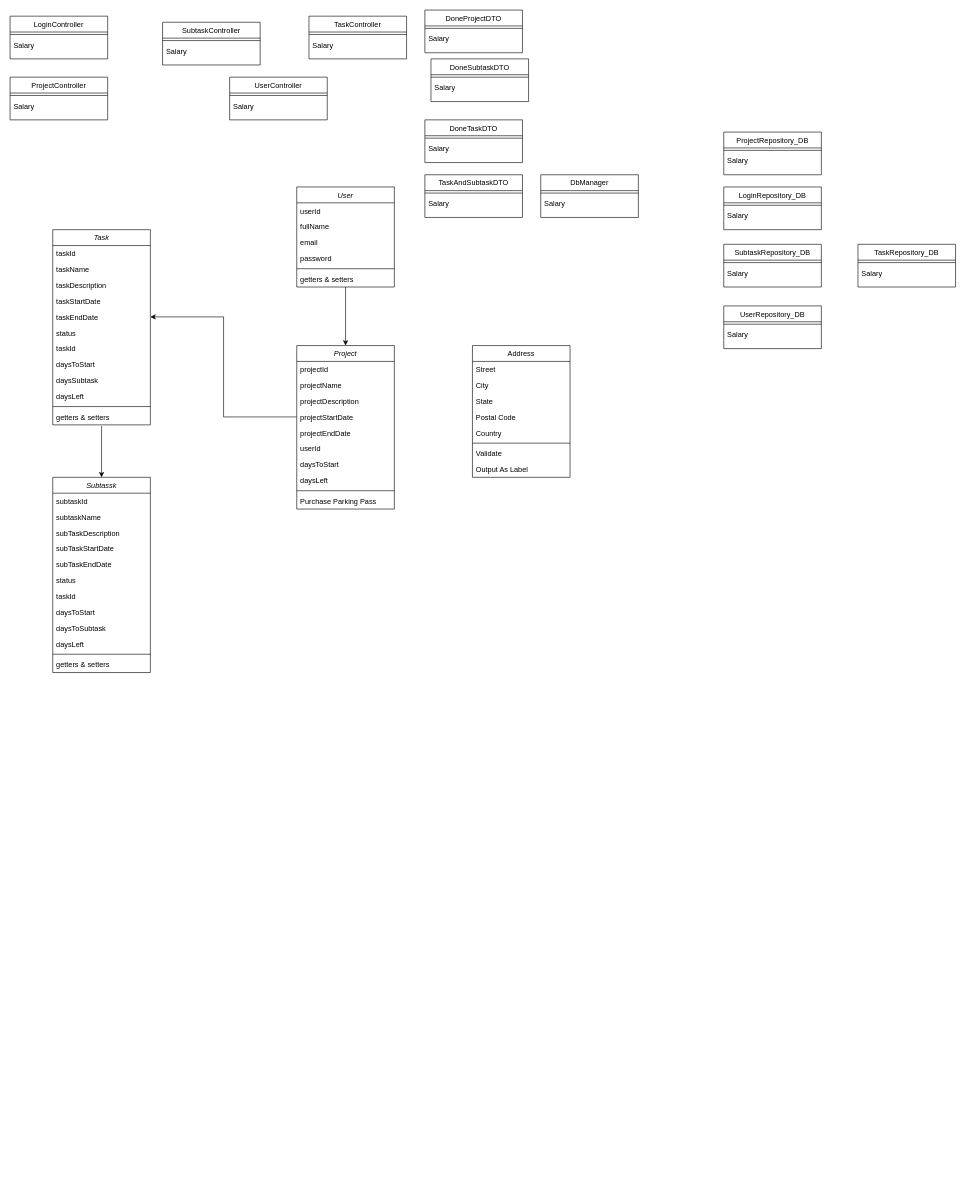
This is docs/Class_Diagram.drawio from Atributties/ProjectPeak, a draw.io file, before an edit. Source tidied: cells renumbered, new cells numbered last; positions are measured from the earlier drawing's top-left corner, leaving out a move shared by most shapes. Both pictures are drawn from the tidied source at 61%, with x=0, y=0 at pixel (10, 10).
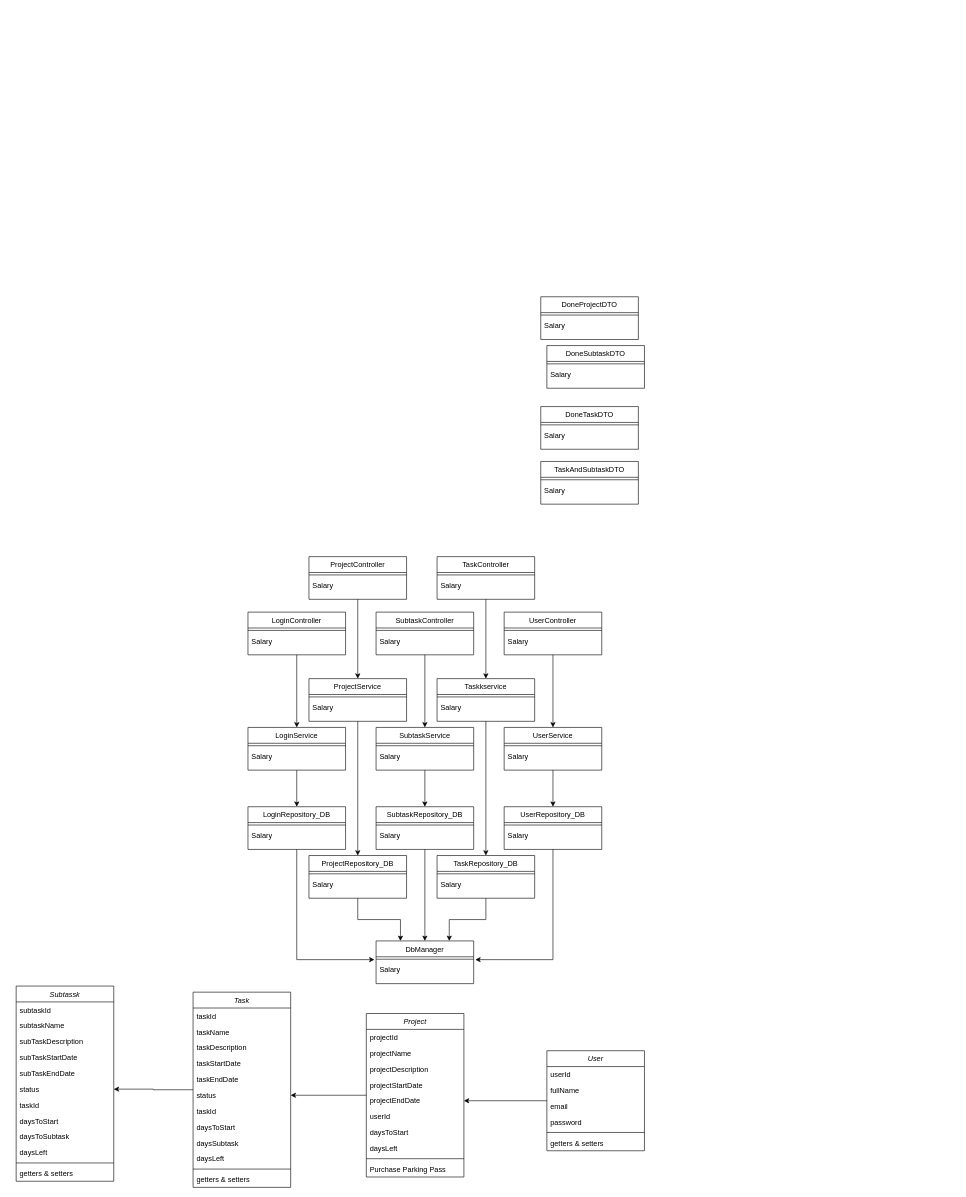
The same diagram, later.

Unchanged cells that the change refers to:
```xml
<mxCell id="6" value="projectStartDate" style="text;align=left;verticalAlign=top;spacingLeft=4;spacingRight=4;overflow=hidden;points=[[0,0.5],[1,0.5]];portConstraint=eastwest;rounded=0;shadow=0;html=0;" parent="2" vertex="1">
  <mxGeometry y="104" width="160" height="26" as="geometry" />
</mxCell>
<mxCell id="7" value="projectEndDate" style="text;align=left;verticalAlign=top;spacingLeft=4;spacingRight=4;overflow=hidden;points=[[0,0.5],[1,0.5]];portConstraint=eastwest;rounded=0;shadow=0;html=0;" parent="2" vertex="1">
  <mxGeometry y="130" width="160" height="26" as="geometry" />
</mxCell>
<mxCell id="36" value="status" style="text;align=left;verticalAlign=top;spacingLeft=4;spacingRight=4;overflow=hidden;points=[[0,0.5],[1,0.5]];portConstraint=eastwest;rounded=0;shadow=0;html=0;" parent="30" vertex="1">
  <mxGeometry y="156" width="160" height="26" as="geometry" />
</mxCell>
<mxCell id="48" value="taskEndDate" style="text;align=left;verticalAlign=top;spacingLeft=4;spacingRight=4;overflow=hidden;points=[[0,0.5],[1,0.5]];portConstraint=eastwest;rounded=0;shadow=0;html=0;" parent="43" vertex="1">
  <mxGeometry y="130" width="160" height="26" as="geometry" />
</mxCell>
<mxCell id="49" value="status" style="text;align=left;verticalAlign=top;spacingLeft=4;spacingRight=4;overflow=hidden;points=[[0,0.5],[1,0.5]];portConstraint=eastwest;rounded=0;shadow=0;html=0;" parent="43" vertex="1">
  <mxGeometry y="156" width="160" height="26" as="geometry" />
</mxCell>
<mxCell id="55" value="getters &amp; setters" style="text;align=left;verticalAlign=top;spacingLeft=4;spacingRight=4;overflow=hidden;points=[[0,0.5],[1,0.5]];portConstraint=eastwest;rounded=0;shadow=0;html=0;" parent="43" vertex="1">
  <mxGeometry y="294" width="160" height="26" as="geometry" />
</mxCell>
<mxCell id="87" value="Salary" style="text;align=left;verticalAlign=top;spacingLeft=4;spacingRight=4;overflow=hidden;points=[[0,0.5],[1,0.5]];portConstraint=eastwest;" parent="85" vertex="1">
  <mxGeometry y="34" width="160" height="26" as="geometry" />
</mxCell>
```

What changed in the source:
```diff
@@
+    <mxCell id="103" style="edgeStyle=orthogonalEdgeStyle;rounded=0;jettySize=auto;html=1;entryX=1;entryY=0.5;entryDx=0;entryDy=0;" parent="1" edge="1" source="2" target="49">
+      <mxGeometry relative="1" as="geometry" />
+    </mxCell>
     <mxCell id="2" value="Project" style="swimlane;fontStyle=2;align=center;verticalAlign=top;horizontal=1;startSize=26;rounded=0;shadow=0;strokeWidth=1;" parent="1" vertex="1">
-      <mxGeometry x="470" y="550" width="160" height="268" as="geometry" />
+      <mxGeometry x="584" y="1645" width="160" height="268" as="geometry" />
     </mxCell>
@@
-    <mxCell id="13" value="Address" style="swimlane;fontStyle=0;align=center;verticalAlign=top;horizontal=1;startSize=26;rounded=0;shadow=0;strokeWidth=1;" parent="1" vertex="1">
-      <mxGeometry x="758" y="550" width="160" height="216" as="geometry" />
-    </mxCell>
-    <mxCell id="14" value="Street" style="text;align=left;verticalAlign=top;spacingLeft=4;spacingRight=4;overflow=hidden;" parent="13" vertex="1">
-      <mxGeometry y="26" width="160" height="26" as="geometry" />
-    </mxCell>
-    <mxCell id="15" value="City" style="text;align=left;verticalAlign=top;spacingLeft=4;spacingRight=4;overflow=hidden;rounded=0;shadow=0;html=0;" parent="13" vertex="1">
-      <mxGeometry y="52" width="160" height="26" as="geometry" />
-    </mxCell>
-    <mxCell id="16" value="State" style="text;align=left;verticalAlign=top;spacingLeft=4;spacingRight=4;overflow=hidden;rounded=0;shadow=0;html=0;" parent="13" vertex="1">
-      <mxGeometry y="78" width="160" height="26" as="geometry" />
-    </mxCell>
-    <mxCell id="17" value="Postal Code" style="text;align=left;verticalAlign=top;spacingLeft=4;spacingRight=4;overflow=hidden;rounded=0;shadow=0;html=0;" parent="13" vertex="1">
-      <mxGeometry y="104" width="160" height="26" as="geometry" />
-    </mxCell>
-    <mxCell id="18" value="Country" style="text;align=left;verticalAlign=top;spacingLeft=4;spacingRight=4;overflow=hidden;rounded=0;shadow=0;html=0;" parent="13" vertex="1">
-      <mxGeometry y="130" width="160" height="26" as="geometry" />
-    </mxCell>
-    <mxCell id="19" style="line;html=1;strokeWidth=1;align=left;verticalAlign=middle;spacingTop=-1;spacingLeft=3;spacingRight=3;labelPosition=right;" parent="13" vertex="1">
-      <mxGeometry y="156" width="160" height="8" as="geometry" />
-    </mxCell>
-    <mxCell id="20" value="Validate" style="text;align=left;verticalAlign=top;spacingLeft=4;spacingRight=4;overflow=hidden;" parent="13" vertex="1">
-      <mxGeometry y="164" width="160" height="26" as="geometry" />
-    </mxCell>
-    <mxCell id="21" value="Output As Label" style="text;align=left;verticalAlign=top;spacingLeft=4;spacingRight=4;overflow=hidden;" parent="13" vertex="1">
-      <mxGeometry y="190" width="160" height="26" as="geometry" />
-    </mxCell>
-    <mxCell id="22" style="edgeStyle=orthogonalEdgeStyle;rounded=0;jettySize=auto;html=1;entryX=0.5;entryY=0;entryDx=0;entryDy=0;" parent="1" edge="1" source="23" target="2">
-      <mxGeometry relative="1" as="geometry" />
-    </mxCell>
+    <mxCell id="104" style="edgeStyle=orthogonalEdgeStyle;rounded=0;jettySize=auto;html=1;entryX=1;entryY=0.5;entryDx=0;entryDy=0;" parent="1" edge="1" source="23" target="7">
+      <mxGeometry relative="1" as="geometry" />
+    </mxCell>
     <mxCell id="23" value="User" style="swimlane;fontStyle=2;align=center;verticalAlign=top;horizontal=1;startSize=26;rounded=0;shadow=0;strokeWidth=1;" parent="1" vertex="1">
-      <mxGeometry x="470" y="290" width="160" height="164" as="geometry" />
+      <mxGeometry x="880" y="1706" width="160" height="164" as="geometry" />
     </mxCell>
@@
     <mxCell id="30" value="Subtassk" style="swimlane;fontStyle=2;align=center;verticalAlign=top;horizontal=1;startSize=26;rounded=0;shadow=0;strokeWidth=1;" parent="1" vertex="1">
-      <mxGeometry x="70" y="766" width="160" height="320" as="geometry" />
+      <mxGeometry x="10" y="1600" width="160" height="320" as="geometry" />
     </mxCell>
@@
+    <mxCell id="105" style="edgeStyle=orthogonalEdgeStyle;rounded=0;jettySize=auto;html=1;entryX=1;entryY=0.5;entryDx=0;entryDy=0;" parent="1" edge="1" source="43" target="36">
+      <mxGeometry relative="1" as="geometry" />
+    </mxCell>
     <mxCell id="43" value="Task" style="swimlane;fontStyle=2;align=center;verticalAlign=top;horizontal=1;startSize=26;rounded=0;shadow=0;strokeWidth=1;" parent="1" vertex="1">
-      <mxGeometry x="70" y="360" width="160" height="320" as="geometry" />
+      <mxGeometry x="300" y="1610" width="160" height="320" as="geometry" />
     </mxCell>
@@
-    <mxCell id="56" style="endArrow=classic;html=1;rounded=0;entryX=1;entryY=0.5;entryDx=0;entryDy=0;exitX=0;exitY=0.5;exitDx=0;exitDy=0;edgeStyle=orthogonalEdgeStyle;" parent="1" edge="1" source="6" target="48">
-      <mxGeometry relative="1" as="geometry" />
-    </mxCell>
-    <mxCell id="57" style="endArrow=classic;html=1;rounded=0;entryX=0.5;entryY=0;entryDx=0;entryDy=0;exitX=0.5;exitY=1.077;exitDx=0;exitDy=0;exitPerimeter=0;" parent="1" edge="1" source="55" target="30">
-      <mxGeometry relative="1" as="geometry" />
-    </mxCell>
+    <mxCell id="106" style="edgeStyle=orthogonalEdgeStyle;rounded=0;jettySize=auto;html=1;entryX=0.5;entryY=0;entryDx=0;entryDy=0;" parent="1" edge="1" source="58" target="117">
+      <mxGeometry relative="1" as="geometry" />
+    </mxCell>
     <mxCell id="58" value="LoginController" style="swimlane;fontStyle=0;align=center;verticalAlign=top;horizontal=1;startSize=26;rounded=0;shadow=0;strokeWidth=1;" parent="1" vertex="1">
-      <mxGeometry y="10" width="160" height="70" as="geometry" />
+      <mxGeometry x="390" y="987" width="160" height="70" as="geometry" />
     </mxCell>
@@
+    <mxCell id="107" style="edgeStyle=orthogonalEdgeStyle;rounded=0;jettySize=auto;html=1;entryX=0.5;entryY=0;entryDx=0;entryDy=0;" parent="1" edge="1" source="61" target="121">
+      <mxGeometry relative="1" as="geometry" />
+    </mxCell>
     <mxCell id="61" value="ProjectController" style="swimlane;fontStyle=0;align=center;verticalAlign=top;horizontal=1;startSize=26;rounded=0;shadow=0;strokeWidth=1;" parent="1" vertex="1">
-      <mxGeometry y="110" width="160" height="70" as="geometry" />
+      <mxGeometry x="490" y="896" width="160" height="70" as="geometry" />
     </mxCell>
@@
+    <mxCell id="108" style="edgeStyle=orthogonalEdgeStyle;rounded=0;jettySize=auto;html=1;entryX=0.5;entryY=0;entryDx=0;entryDy=0;" parent="1" edge="1" source="64" target="125">
+      <mxGeometry relative="1" as="geometry" />
+    </mxCell>
     <mxCell id="64" value="SubtaskController" style="swimlane;fontStyle=0;align=center;verticalAlign=top;horizontal=1;startSize=26;rounded=0;shadow=0;strokeWidth=1;" parent="1" vertex="1">
-      <mxGeometry x="250" y="20" width="160" height="70" as="geometry" />
+      <mxGeometry x="600" y="987" width="160" height="70" as="geometry" />
     </mxCell>
@@
+    <mxCell id="109" style="edgeStyle=orthogonalEdgeStyle;rounded=0;jettySize=auto;html=1;entryX=0.5;entryY=0;entryDx=0;entryDy=0;" parent="1" edge="1" source="67" target="129">
+      <mxGeometry relative="1" as="geometry" />
+    </mxCell>
     <mxCell id="67" value="TaskController" style="swimlane;fontStyle=0;align=center;verticalAlign=top;horizontal=1;startSize=26;rounded=0;shadow=0;strokeWidth=1;" parent="1" vertex="1">
-      <mxGeometry x="490" y="10" width="160" height="70" as="geometry" />
+      <mxGeometry x="700" y="896" width="160" height="70" as="geometry" />
     </mxCell>
@@
+    <mxCell id="110" style="edgeStyle=orthogonalEdgeStyle;rounded=0;jettySize=auto;html=1;entryX=0.5;entryY=0;entryDx=0;entryDy=0;" parent="1" edge="1" source="70" target="133">
+      <mxGeometry relative="1" as="geometry" />
+    </mxCell>
     <mxCell id="70" value="UserController" style="swimlane;fontStyle=0;align=center;verticalAlign=top;horizontal=1;startSize=26;rounded=0;shadow=0;strokeWidth=1;" parent="1" vertex="1">
-      <mxGeometry x="360" y="110" width="160" height="70" as="geometry" />
+      <mxGeometry x="810" y="987" width="160" height="70" as="geometry" />
     </mxCell>
@@
     <mxCell id="73" value="DoneSubtaskDTO" style="swimlane;fontStyle=0;align=center;verticalAlign=top;horizontal=1;startSize=26;rounded=0;shadow=0;strokeWidth=1;" parent="1" vertex="1">
-      <mxGeometry x="690" y="80" width="160" height="70" as="geometry" />
+      <mxGeometry x="880" y="550" width="160" height="70" as="geometry" />
     </mxCell>
@@
     <mxCell id="76" value="DoneProjectDTO" style="swimlane;fontStyle=0;align=center;verticalAlign=top;horizontal=1;startSize=26;rounded=0;shadow=0;strokeWidth=1;" parent="1" vertex="1">
-      <mxGeometry x="680" width="160" height="70" as="geometry" />
+      <mxGeometry x="870" y="470" width="160" height="70" as="geometry" />
     </mxCell>
@@
     <mxCell id="79" value="DoneTaskDTO" style="swimlane;fontStyle=0;align=center;verticalAlign=top;horizontal=1;startSize=26;rounded=0;shadow=0;strokeWidth=1;" parent="1" vertex="1">
-      <mxGeometry x="680" y="180" width="160" height="70" as="geometry" />
+      <mxGeometry x="870" y="650" width="160" height="70" as="geometry" />
     </mxCell>
@@
     <mxCell id="82" value="TaskAndSubtaskDTO" style="swimlane;fontStyle=0;align=center;verticalAlign=top;horizontal=1;startSize=26;rounded=0;shadow=0;strokeWidth=1;" parent="1" vertex="1">
-      <mxGeometry x="680" y="270" width="160" height="70" as="geometry" />
+      <mxGeometry x="870" y="740" width="160" height="70" as="geometry" />
     </mxCell>
@@
     <mxCell id="85" value="DbManager" style="swimlane;fontStyle=0;align=center;verticalAlign=top;horizontal=1;startSize=26;rounded=0;shadow=0;strokeWidth=1;" parent="1" vertex="1">
-      <mxGeometry x="870" y="270" width="160" height="70" as="geometry" />
+      <mxGeometry x="600" y="1526" width="160" height="70" as="geometry" />
     </mxCell>
@@
+    <mxCell id="111" style="edgeStyle=orthogonalEdgeStyle;rounded=0;jettySize=auto;html=1;entryX=0.75;entryY=0;entryDx=0;entryDy=0;" parent="1" edge="1" source="88" target="85">
+      <mxGeometry relative="1" as="geometry" />
+    </mxCell>
     <mxCell id="88" value="TaskRepository_DB" style="swimlane;fontStyle=0;align=center;verticalAlign=top;horizontal=1;startSize=26;rounded=0;shadow=0;strokeWidth=1;" parent="1" vertex="1">
-      <mxGeometry x="1390" y="384" width="160" height="70" as="geometry" />
+      <mxGeometry x="700" y="1386" width="160" height="70" as="geometry" />
     </mxCell>
@@
+    <mxCell id="112" style="edgeStyle=orthogonalEdgeStyle;rounded=0;jettySize=auto;html=1;entryX=0.25;entryY=0;entryDx=0;entryDy=0;" parent="1" edge="1" source="91" target="85">
+      <mxGeometry relative="1" as="geometry" />
+    </mxCell>
     <mxCell id="91" value="ProjectRepository_DB" style="swimlane;fontStyle=0;align=center;verticalAlign=top;horizontal=1;startSize=26;rounded=0;shadow=0;strokeWidth=1;" parent="1" vertex="1">
-      <mxGeometry x="1170" y="200" width="160" height="70" as="geometry" />
+      <mxGeometry x="490" y="1386" width="160" height="70" as="geometry" />
     </mxCell>
@@
+    <mxCell id="113" style="edgeStyle=orthogonalEdgeStyle;rounded=0;jettySize=auto;html=1;entryX=1.017;entryY=-0.128;entryDx=0;entryDy=0;entryPerimeter=0;" parent="1" edge="1" source="94" target="87">
+      <mxGeometry relative="1" as="geometry" />
+    </mxCell>
     <mxCell id="94" value="UserRepository_DB" style="swimlane;fontStyle=0;align=center;verticalAlign=top;horizontal=1;startSize=26;rounded=0;shadow=0;strokeWidth=1;" parent="1" vertex="1">
-      <mxGeometry x="1170" y="485" width="160" height="70" as="geometry" />
+      <mxGeometry x="810" y="1306" width="160" height="70" as="geometry" />
     </mxCell>
@@
+    <mxCell id="114" style="edgeStyle=orthogonalEdgeStyle;rounded=0;jettySize=auto;html=1;entryX=0.5;entryY=0;entryDx=0;entryDy=0;" parent="1" edge="1" source="97" target="85">
+      <mxGeometry relative="1" as="geometry" />
+    </mxCell>
     <mxCell id="97" value="SubtaskRepository_DB" style="swimlane;fontStyle=0;align=center;verticalAlign=top;horizontal=1;startSize=26;rounded=0;shadow=0;strokeWidth=1;" parent="1" vertex="1">
-      <mxGeometry x="1170" y="384" width="160" height="70" as="geometry" />
+      <mxGeometry x="600" y="1306" width="160" height="70" as="geometry" />
     </mxCell>
@@
+    <mxCell id="115" style="edgeStyle=orthogonalEdgeStyle;rounded=0;jettySize=auto;html=1;entryX=-0.017;entryY=-0.128;entryDx=0;entryDy=0;entryPerimeter=0;" parent="1" edge="1" source="100" target="87">
+      <mxGeometry relative="1" as="geometry" />
+    </mxCell>
     <mxCell id="100" value="LoginRepository_DB" style="swimlane;fontStyle=0;align=center;verticalAlign=top;horizontal=1;startSize=26;rounded=0;shadow=0;strokeWidth=1;" parent="1" vertex="1">
-      <mxGeometry x="1170" y="290" width="160" height="70" as="geometry" />
+      <mxGeometry x="390" y="1306" width="160" height="70" as="geometry" />
     </mxCell>
@@
+    <mxCell id="116" style="edgeStyle=orthogonalEdgeStyle;rounded=0;jettySize=auto;html=1;entryX=0.5;entryY=0;entryDx=0;entryDy=0;" parent="1" edge="1" source="117" target="100">
+      <mxGeometry relative="1" as="geometry" />
+    </mxCell>
+    <mxCell id="117" value="LoginService" style="swimlane;fontStyle=0;align=center;verticalAlign=top;horizontal=1;startSize=26;rounded=0;shadow=0;strokeWidth=1;" parent="1" vertex="1">
+      <mxGeometry x="390" y="1176" width="160" height="70" as="geometry" />
+    </mxCell>
+    <mxCell id="118" style="line;html=1;strokeWidth=1;align=left;verticalAlign=middle;spacingTop=-1;spacingLeft=3;spacingRight=3;labelPosition=right;" parent="117" vertex="1">
+      <mxGeometry y="26" width="160" height="8" as="geometry" />
+    </mxCell>
+    <mxCell id="119" value="Salary" style="text;align=left;verticalAlign=top;spacingLeft=4;spacingRight=4;overflow=hidden;" parent="117" vertex="1">
+      <mxGeometry y="34" width="160" height="26" as="geometry" />
+    </mxCell>
+    <mxCell id="120" style="edgeStyle=orthogonalEdgeStyle;rounded=0;jettySize=auto;html=1;entryX=0.5;entryY=0;entryDx=0;entryDy=0;" parent="1" edge="1" source="121" target="91">
+      <mxGeometry relative="1" as="geometry" />
+    </mxCell>
+    <mxCell id="121" value="ProjectService" style="swimlane;fontStyle=0;align=center;verticalAlign=top;horizontal=1;startSize=26;rounded=0;shadow=0;strokeWidth=1;" parent="1" vertex="1">
+      <mxGeometry x="490" y="1096" width="160" height="70" as="geometry" />
+    </mxCell>
+    <mxCell id="122" style="line;html=1;strokeWidth=1;align=left;verticalAlign=middle;spacingTop=-1;spacingLeft=3;spacingRight=3;labelPosition=right;" parent="121" vertex="1">
+      <mxGeometry y="26" width="160" height="8" as="geometry" />
+    </mxCell>
+    <mxCell id="123" value="Salary" style="text;align=left;verticalAlign=top;spacingLeft=4;spacingRight=4;overflow=hidden;" parent="121" vertex="1">
+      <mxGeometry y="34" width="160" height="26" as="geometry" />
+    </mxCell>
+    <mxCell id="124" style="edgeStyle=orthogonalEdgeStyle;rounded=0;jettySize=auto;html=1;entryX=0.5;entryY=0;entryDx=0;entryDy=0;" parent="1" edge="1" source="125" target="97">
+      <mxGeometry relative="1" as="geometry" />
+    </mxCell>
+    <mxCell id="125" value="SubtaskService" style="swimlane;fontStyle=0;align=center;verticalAlign=top;horizontal=1;startSize=26;rounded=0;shadow=0;strokeWidth=1;" parent="1" vertex="1">
+      <mxGeometry x="600" y="1176" width="160" height="70" as="geometry" />
+    </mxCell>
+    <mxCell id="126" style="line;html=1;strokeWidth=1;align=left;verticalAlign=middle;spacingTop=-1;spacingLeft=3;spacingRight=3;labelPosition=right;" parent="125" vertex="1">
+      <mxGeometry y="26" width="160" height="8" as="geometry" />
+    </mxCell>
+    <mxCell id="127" value="Salary" style="text;align=left;verticalAlign=top;spacingLeft=4;spacingRight=4;overflow=hidden;" parent="125" vertex="1">
+      <mxGeometry y="34" width="160" height="26" as="geometry" />
+    </mxCell>
+    <mxCell id="128" style="edgeStyle=orthogonalEdgeStyle;rounded=0;jettySize=auto;html=1;entryX=0.5;entryY=0;entryDx=0;entryDy=0;" parent="1" edge="1" source="129" target="88">
+      <mxGeometry relative="1" as="geometry" />
+    </mxCell>
+    <mxCell id="129" value="Taskkservice" style="swimlane;fontStyle=0;align=center;verticalAlign=top;horizontal=1;startSize=26;rounded=0;shadow=0;strokeWidth=1;" parent="1" vertex="1">
+      <mxGeometry x="700" y="1096" width="160" height="70" as="geometry" />
+    </mxCell>
+    <mxCell id="130" style="line;html=1;strokeWidth=1;align=left;verticalAlign=middle;spacingTop=-1;spacingLeft=3;spacingRight=3;labelPosition=right;" parent="129" vertex="1">
+      <mxGeometry y="26" width="160" height="8" as="geometry" />
+    </mxCell>
+    <mxCell id="131" value="Salary" style="text;align=left;verticalAlign=top;spacingLeft=4;spacingRight=4;overflow=hidden;" parent="129" vertex="1">
+      <mxGeometry y="34" width="160" height="26" as="geometry" />
+    </mxCell>
+    <mxCell id="132" style="edgeStyle=orthogonalEdgeStyle;rounded=0;jettySize=auto;html=1;entryX=0.5;entryY=0;entryDx=0;entryDy=0;" parent="1" edge="1" source="133" target="94">
+      <mxGeometry relative="1" as="geometry" />
+    </mxCell>
+    <mxCell id="133" value="UserService" style="swimlane;fontStyle=0;align=center;verticalAlign=top;horizontal=1;startSize=26;rounded=0;shadow=0;strokeWidth=1;" parent="1" vertex="1">
+      <mxGeometry x="810" y="1176" width="160" height="70" as="geometry" />
+    </mxCell>
+    <mxCell id="134" style="line;html=1;strokeWidth=1;align=left;verticalAlign=middle;spacingTop=-1;spacingLeft=3;spacingRight=3;labelPosition=right;" parent="133" vertex="1">
+      <mxGeometry y="26" width="160" height="8" as="geometry" />
+    </mxCell>
+    <mxCell id="135" value="Salary" style="text;align=left;verticalAlign=top;spacingLeft=4;spacingRight=4;overflow=hidden;" parent="133" vertex="1">
+      <mxGeometry y="34" width="160" height="26" as="geometry" />
+    </mxCell>
```
